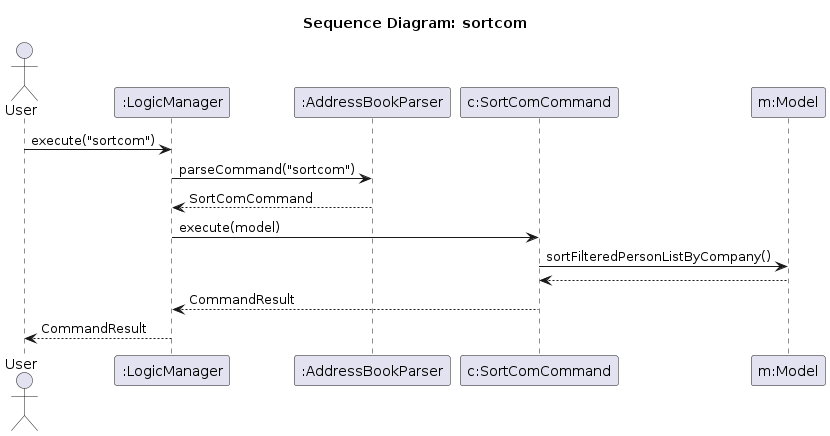
This is diagrams/company/SortComSequenceDiagram.png from AY2526S2-CS2103-T11-1/tp, a PlantUML export, as it was before one commit. Its source is kept beside it as diagrams/company/SortComSequenceDiagram.puml. The source it was exported from:
```plantuml
@startuml
title Sequence Diagram: sortcom

actor User
participant ":LogicManager" as Logic
participant ":AddressBookParser" as ABParser
participant "c:SortComCommand" as Command
participant "m:Model" as Model

User -> Logic : execute("sortcom")
Logic -> ABParser : parseCommand("sortcom")
ABParser --> Logic : SortComCommand

Logic -> Command : execute(model)
Command -> Model : sortFilteredPersonListByCompany()
Model --> Command
Command --> Logic : CommandResult
Logic --> User : CommandResult

@enduml
```
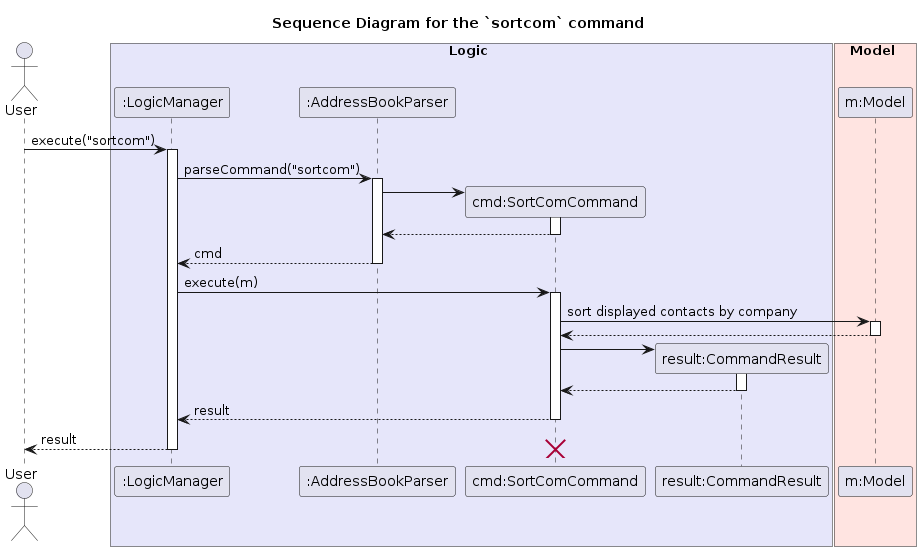
After the commit.

Change to the diagram source:
```diff
@@ -1,20 +1,54 @@
 @startuml
-title Sequence Diagram: sortcom
+title Sequence Diagram for the `sortcom` command
 
 actor User
+
+box Logic #E6E6FA
 participant ":LogicManager" as Logic
 participant ":AddressBookParser" as ABParser
-participant "c:SortComCommand" as Command
+participant "cmd:SortComCommand" as Command
+participant "result:CommandResult" as Result
+end box
+
+box Model #FFE4E1
 participant "m:Model" as Model
+end box
 
 User -> Logic : execute("sortcom")
+activate Logic
+
 Logic -> ABParser : parseCommand("sortcom")
-ABParser --> Logic : SortComCommand
+activate ABParser
 
-Logic -> Command : execute(model)
-Command -> Model : sortFilteredPersonListByCompany()
+create Command
+ABParser -> Command
+activate Command
+
+ABParser <-- Command
+deactivate Command
+
+Logic <-- ABParser : cmd
+deactivate ABParser
+
+Logic -> Command : execute(m)
+activate Command
+
+Command -> Model : sort displayed contacts by company
+activate Model
 Model --> Command
-Command --> Logic : CommandResult
-Logic --> User : CommandResult
+deactivate Model
+
+create Result
+Command -> Result
+activate Result
+Result --> Command
+deactivate Result
+
+Logic <-- Command : result
+deactivate Command
+
+User <-- Logic : result
+destroy Command
+deactivate Logic
 
 @enduml
```
